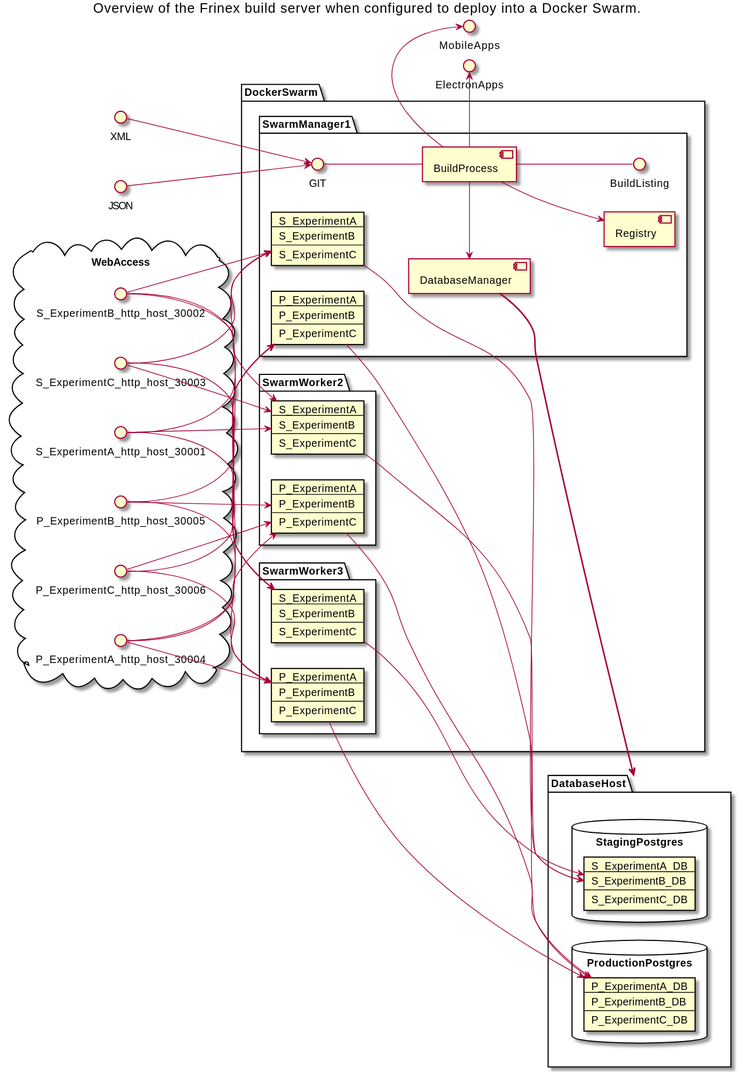
Earlier version of the PlantUML export src/main/uml/DockerSwarmOverview.svg (MPI-ExperimentGroup/FrinexBuildService).
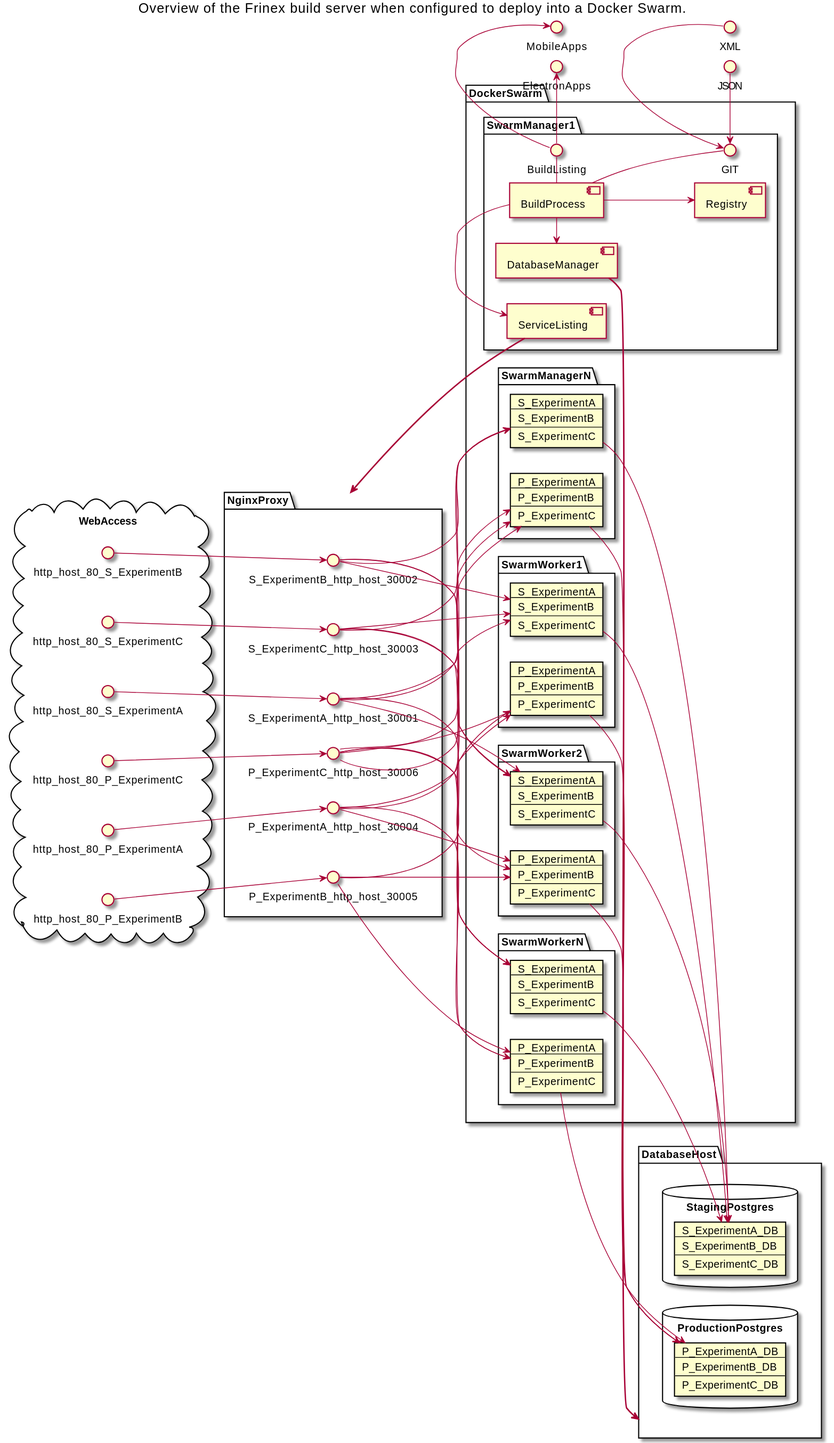
The same file after the commit.

Commit message:
Updated the Docker swarm UML diagram to include NGINX and added some collected build time stats.

What changed in the source:
```diff
@@ -1,120 +1,157 @@
 @startuml
-title Overview of the Frinex build server when configured to deploy into a Docker Swarm.
-left to right direction
-package "DatabaseHost" {
-  database "StagingPostgres" {
-    card S_Postgres[
-      S_ExperimentA_DB
-      ----
-      S_ExperimentB_DB
-      ----
-      S_ExperimentC_DB
-    ]
-  }
-  database "ProductionPostgres" {
-    card P_Postgres [
-      P_ExperimentA_DB
-      ----
-      P_ExperimentB_DB
-      ----
-      P_ExperimentC_DB
-    ]
-  }
-}
-
-package "DockerSwarm" {
-
-  package "SwarmManager1" {
-    GIT -- [BuildProcess]
-    [BuildProcess] -- BuildListing
-    [BuildProcess] -> [DatabaseManager]
-    [DatabaseManager] ==> DatabaseHost
-    [Registry]
-    card Staging1 [
-      S_ExperimentA
-      ----
-      S_ExperimentB
-      ----
-      S_ExperimentC
-    ]
-    Staging1 --> S_Postgres
-    card Production1 [
-      P_ExperimentA
-      ----
-      P_ExperimentB
-      ----
-      P_ExperimentC
-    ]
-    Production1 --> P_Postgres
+  title Overview of the Frinex build server when configured to deploy into a Docker Swarm.
+  left to right direction
+  package "DatabaseHost" {
+    database "StagingPostgres" {
+      card S_Postgres[
+        S_ExperimentA_DB
+        ----
+        S_ExperimentB_DB
+        ----
+        S_ExperimentC_DB
+      ]
+    }
+    database "ProductionPostgres" {
+      card P_Postgres [
+        P_ExperimentA_DB
+        ----
+        P_ExperimentB_DB
+        ----
+        P_ExperimentC_DB
+      ]
+    }
   }
 
-  package "SwarmWorker2" {
-    card Staging2 [
-      S_ExperimentA
-      ----
-      S_ExperimentB
-      ----
-      S_ExperimentC
-    ]
-    Staging2 --> S_Postgres
-    card Production2 [
-      P_ExperimentA
-      ----
-      P_ExperimentB
-      ----
-      P_ExperimentC
-    ]
-    Production2 --> P_Postgres
+  package "DockerSwarm" {
+
+    package "SwarmManager1" {
+      [BuildProcess] -- GIT
+      [BuildProcess] -right- BuildListing
+      [BuildProcess] -right-> [DatabaseManager]
+      [DatabaseManager] ==> DatabaseHost
+      [Registry]
+      [BuildProcess] -left-> [ServiceListing]
+      [ServiceListing] ==> NginxProxy
+    }
+    package "SwarmManagerN" {
+      card StagingN1 [
+        S_ExperimentA
+        ----
+        S_ExperimentB
+        ----
+        S_ExperimentC
+      ]
+      StagingN1 --> S_Postgres
+      card ProductionN1 [
+        P_ExperimentA
+        ----
+        P_ExperimentB
+        ----
+        P_ExperimentC
+      ]
+      ProductionN1 --> P_Postgres
+    }
+
+    package "SwarmWorker1" {
+      card Staging1 [
+        S_ExperimentA
+        ----
+        S_ExperimentB
+        ----
+        S_ExperimentC
+      ]
+      Staging1 --> S_Postgres
+      card Production1 [
+        P_ExperimentA
+        ----
+        P_ExperimentB
+        ----
+        P_ExperimentC
+      ]
+      Production1 --> P_Postgres
+    }
+
+    package "SwarmWorker2" {
+      card Staging2 [
+        S_ExperimentA
+        ----
+        S_ExperimentB
+        ----
+        S_ExperimentC
+      ]
+      Staging2 --> S_Postgres
+      card Production2 [
+        P_ExperimentA
+        ----
+        P_ExperimentB
+        ----
+        P_ExperimentC
+      ]
+      Production2 --> P_Postgres
+    }
+
+    package "SwarmWorkerN" {
+      card StagingN [
+        S_ExperimentA
+        ----
+        S_ExperimentB
+        ----
+        S_ExperimentC
+      ]
+      StagingN --> S_Postgres
+      card ProductionN [
+        P_ExperimentA
+        ----
+        P_ExperimentB
+        ----
+        P_ExperimentC
+      ]
+      ProductionN --> P_Postgres
+    }
   }
 
-  package "SwarmWorker3" {
-    card Staging3 [
-      S_ExperimentA
-      ----
-      S_ExperimentB
-      ----
-      S_ExperimentC
-    ]
-    Staging3 --> S_Postgres
-    card Production3 [
-      P_ExperimentA
-      ----
-      P_ExperimentB
-      ----
-      P_ExperimentC
-    ]
-    Production3 --> P_Postgres
+  XML -ri-> GIT
+  JSON -ri-> GIT
+
+  BuildListing -ri-> ElectronApps
+  BuildListing -ri-> MobileApps
+
+  BuildProcess --> Registry
+
+  package NginxProxy {
+  S_ExperimentA_http_host_30001 --> Staging1
+  S_ExperimentA_http_host_30001 --> StagingN1
+  S_ExperimentA_http_host_30001 --> Staging2
+  S_ExperimentA_http_host_30001 --> StagingN
+  S_ExperimentB_http_host_30002 --> Staging1
+  S_ExperimentB_http_host_30002 --> StagingN1
+  S_ExperimentB_http_host_30002 --> Staging2
+  S_ExperimentB_http_host_30002 --> StagingN
+  S_ExperimentC_http_host_30003 --> Staging1
+  S_ExperimentC_http_host_30003 --> StagingN1
+  S_ExperimentC_http_host_30003 --> Staging2
+  S_ExperimentC_http_host_30003 --> StagingN
+
+  P_ExperimentA_http_host_30004 --> Production1
+  P_ExperimentA_http_host_30004 --> Production2
+  P_ExperimentA_http_host_30004 --> ProductionN
+  P_ExperimentA_http_host_30004 --> ProductionN1
+  P_ExperimentB_http_host_30005 --> Production1
+  P_ExperimentB_http_host_30005 --> Production2
+  P_ExperimentB_http_host_30005 --> ProductionN
+  P_ExperimentC_http_host_30006 --> Production1
+  P_ExperimentC_http_host_30006 --> ProductionN1
+  P_ExperimentC_http_host_30006 --> Production2
+  P_ExperimentC_http_host_30006 --> ProductionN
+  P_ExperimentC_http_host_30006 --> ProductionN1
   }
-}
 
-XML --> GIT
-JSON --> GIT
-
-BuildProcess -ri-> ElectronApps
-BuildProcess -ri-> MobileApps
-
-BuildProcess --> Registry
-
-cloud WebAccess {
-S_ExperimentA_http_host_30001 --> Staging1
-S_ExperimentA_http_host_30001 --> Staging2
-S_ExperimentA_http_host_30001 --> Staging3
-S_ExperimentB_http_host_30002 --> Staging1
-S_ExperimentB_http_host_30002 --> Staging2
-S_ExperimentB_http_host_30002 --> Staging3
-S_ExperimentC_http_host_30003 --> Staging1
-S_ExperimentC_http_host_30003 --> Staging2
-S_ExperimentC_http_host_30003 --> Staging3
-
-P_ExperimentA_http_host_30004 --> Production1
-P_ExperimentA_http_host_30004 --> Production2
-P_ExperimentA_http_host_30004 --> Production3
-P_ExperimentB_http_host_30005 --> Production1
-P_ExperimentB_http_host_30005 --> Production2
-P_ExperimentB_http_host_30005 --> Production3
-P_ExperimentC_http_host_30006 --> Production1
-P_ExperimentC_http_host_30006 --> Production2
-P_ExperimentC_http_host_30006 --> Production3
-}
-
-@enduml
+  cloud WebAccess {
+    http_host_80_S_ExperimentA --> S_ExperimentA_http_host_30001
+    http_host_80_S_ExperimentB --> S_ExperimentB_http_host_30002
+    http_host_80_S_ExperimentC --> S_ExperimentC_http_host_30003
+    http_host_80_P_ExperimentA --> P_ExperimentA_http_host_30004
+    http_host_80_P_ExperimentB --> P_ExperimentB_http_host_30005
+    http_host_80_P_ExperimentC --> P_ExperimentC_http_host_30006
+  }
+  @enduml
```
